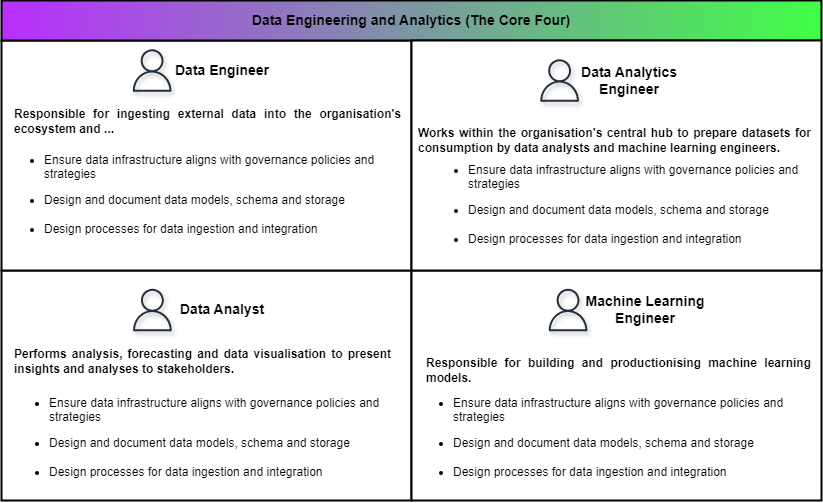
Before: images/blogs/corefour.png, a diagram exported from draw.io (RobSLong/RobSLong.github.io). Source tidied: cells renumbered, new cells last; positions are measured from the earlier drawing's top-left corner, leaving out a move shared by most shapes.
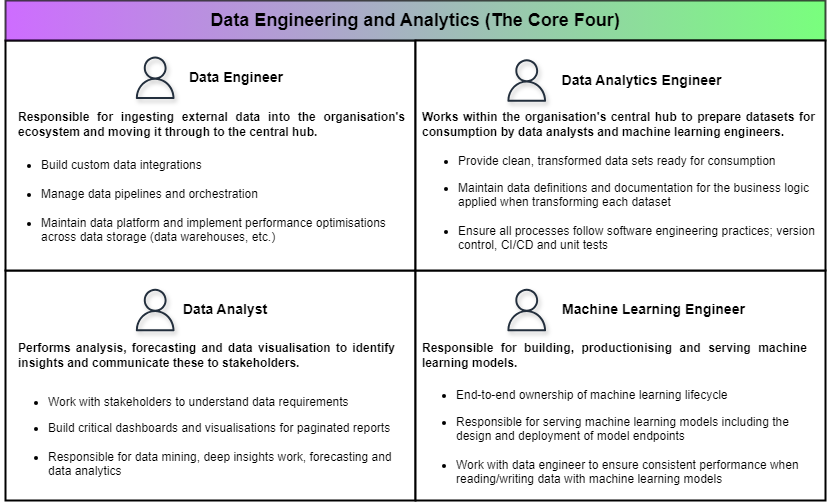
The same file after the commit.

What changed in the source:
```diff
@@ -12,58 +12,58 @@
       <mxGeometry x="410" y="270" width="410" height="230" as="geometry" />
     </mxCell>
     <mxCell id="5" style="sketch=0;fontColor=#232F3E;gradientColor=none;fillColor=#232F3D;strokeColor=none;dashed=0;verticalLabelPosition=bottom;verticalAlign=top;align=center;html=1;fontSize=12;fontStyle=0;shape=mxgraph.aws4.user;shadow=1;textShadow=1;" parent="1" vertex="1">
-      <mxGeometry x="129.4" y="48.8" width="42.5" height="42.5" as="geometry" />
+      <mxGeometry x="128.4" y="56" width="42.5" height="42.5" as="geometry" />
     </mxCell>
     <mxCell id="6" value="&lt;b&gt;&lt;font style=&quot;font-size: 14px;&quot;&gt;Data Engineer&lt;/font&gt;&lt;/b&gt;" style="rounded=0;whiteSpace=wrap;html=1;fillColor=none;strokeColor=none;" parent="1" vertex="1">
-      <mxGeometry x="160.6" y="40" width="120" height="60" as="geometry" />
+      <mxGeometry x="170.9" y="47.2" width="120" height="60" as="geometry" />
     </mxCell>
-    <mxCell id="7" value="&lt;ul&gt;&lt;li&gt;&lt;span style=&quot;background-color: initial; text-align: justify;&quot;&gt;Ensure data infrastructure aligns with governance policies and strategies&lt;/span&gt;&lt;/li&gt;&lt;/ul&gt;&lt;ul&gt;&lt;li&gt;&lt;span style=&quot;background-color: initial;&quot;&gt;Design and document data models, schema and storage&lt;br&gt;&lt;br&gt;&lt;/span&gt;&lt;/li&gt;&lt;li&gt;Design processes for data ingestion and integration&lt;/li&gt;&lt;/ul&gt;" style="rounded=0;whiteSpace=wrap;html=1;align=left;strokeColor=none;fillColor=none;" parent="1" vertex="1">
-      <mxGeometry x="0.6" y="130" width="409.4" height="127" as="geometry" />
+    <mxCell id="7" value="&lt;ul&gt;&lt;li&gt;&lt;span style=&quot;background-color: initial; text-align: justify;&quot;&gt;Build custom data integrations&lt;br&gt;&lt;br&gt;&lt;/span&gt;&lt;/li&gt;&lt;li&gt;&lt;span style=&quot;background-color: initial;&quot;&gt;Manage data pipelines and orchestration&lt;br&gt;&lt;br&gt;&lt;/span&gt;&lt;/li&gt;&lt;li&gt;Maintain data platform and implement performance optimisations across data storage (data warehouses, etc.)&lt;/li&gt;&lt;/ul&gt;" style="rounded=0;whiteSpace=wrap;html=1;align=left;strokeColor=none;fillColor=none;" parent="1" vertex="1">
+      <mxGeometry x="-5.7" y="154" width="412" height="93" as="geometry" />
     </mxCell>
-    <mxCell id="8" value="&lt;div style=&quot;text-align: justify;&quot;&gt;&lt;b&gt;Responsible for ingesting external data into the organisation's ecosystem and ...&lt;/b&gt;&lt;br&gt;&lt;/div&gt;" style="rounded=0;whiteSpace=wrap;html=1;align=left;strokeColor=none;fillColor=none;" parent="1" vertex="1">
-      <mxGeometry x="10.6" y="91.2" width="389.4" height="60" as="geometry" />
+    <mxCell id="8" value="&lt;div style=&quot;text-align: justify;&quot;&gt;&lt;b&gt;Responsible for ingesting external data into the organisation's ecosystem and moving it through to the central hub.&lt;/b&gt;&lt;br&gt;&lt;/div&gt;" style="rounded=0;whiteSpace=wrap;html=1;align=left;strokeColor=none;fillColor=none;" parent="1" vertex="1">
+      <mxGeometry x="10.6" y="112.5" width="389.4" height="23.5" as="geometry" />
     </mxCell>
-    <mxCell id="9" value="&lt;b&gt;&lt;font style=&quot;font-size: 14px;&quot;&gt;Data Engineering and Analytics (The Core Four)&lt;/font&gt;&lt;/b&gt;" style="rounded=0;whiteSpace=wrap;html=1;gradientColor=#40FF46;gradientDirection=east;fillColor=#B92EFF;strokeWidth=2;" parent="1" vertex="1">
+    <mxCell id="9" value="&lt;b&gt;&lt;font style=&quot;font-size: 18px;&quot;&gt;Data Engineering and Analytics (The Core Four)&lt;/font&gt;&lt;/b&gt;" style="rounded=0;whiteSpace=wrap;html=1;gradientColor=#40FF46;gradientDirection=east;fillColor=#B92EFF;strokeWidth=2;opacity=70;" parent="1" vertex="1">
       <mxGeometry width="820" height="40" as="geometry" />
     </mxCell>
     <mxCell id="10" style="rounded=0;whiteSpace=wrap;html=1;strokeWidth=2;" parent="1" vertex="1">
       <mxGeometry x="410" y="40" width="410" height="230" as="geometry" />
     </mxCell>
     <mxCell id="11" style="sketch=0;fontColor=#232F3E;gradientColor=none;fillColor=#232F3D;strokeColor=none;dashed=0;verticalLabelPosition=bottom;verticalAlign=top;align=center;html=1;fontSize=12;fontStyle=0;shape=mxgraph.aws4.user;shadow=1;textShadow=1;" parent="1" vertex="1">
-      <mxGeometry x="536.9" y="58.8" width="42.5" height="42.5" as="geometry" />
+      <mxGeometry x="500" y="58.8" width="42.5" height="42.5" as="geometry" />
     </mxCell>
     <mxCell id="12" value="&lt;b&gt;&lt;font style=&quot;font-size: 14px;&quot;&gt;Data Analytics Engineer&lt;/font&gt;&lt;/b&gt;" style="rounded=0;whiteSpace=wrap;html=1;fillColor=none;strokeColor=none;" parent="1" vertex="1">
-      <mxGeometry x="568.1" y="50" width="120" height="60" as="geometry" />
+      <mxGeometry x="552" y="50" width="169.1" height="60" as="geometry" />
     </mxCell>
-    <mxCell id="13" value="&lt;ul&gt;&lt;li&gt;&lt;span style=&quot;background-color: initial; text-align: justify;&quot;&gt;Ensure data infrastructure aligns with governance policies and strategies&lt;/span&gt;&lt;/li&gt;&lt;/ul&gt;&lt;ul&gt;&lt;li&gt;&lt;span style=&quot;background-color: initial;&quot;&gt;Design and document data models, schema and storage&lt;br&gt;&lt;br&gt;&lt;/span&gt;&lt;/li&gt;&lt;li&gt;Design processes for data ingestion and integration&lt;/li&gt;&lt;/ul&gt;" style="rounded=0;whiteSpace=wrap;html=1;align=left;strokeColor=none;fillColor=none;" parent="1" vertex="1">
-      <mxGeometry x="425.3" y="170" width="374.4" height="67" as="geometry" />
+    <mxCell id="13" value="&lt;ul&gt;&lt;li&gt;&lt;span style=&quot;background-color: initial; text-align: justify;&quot;&gt;Provide clean, transformed data sets ready for consumption&lt;/span&gt;&lt;/li&gt;&lt;/ul&gt;&lt;ul&gt;&lt;li&gt;&lt;span style=&quot;background-color: initial;&quot;&gt;Maintain data definitions and documentation for the business logic applied when transforming each dataset&lt;br&gt;&lt;br&gt;&lt;/span&gt;&lt;/li&gt;&lt;li&gt;Ensure all processes follow software engineering practices; version control, CI/CD and unit tests&lt;/li&gt;&lt;/ul&gt;" style="rounded=0;whiteSpace=wrap;html=1;align=left;strokeColor=none;fillColor=none;" parent="1" vertex="1">
+      <mxGeometry x="411" y="154" width="408" height="98.5" as="geometry" />
     </mxCell>
     <mxCell id="14" value="&lt;div style=&quot;text-align: justify;&quot;&gt;&lt;b&gt;Works within the organisation's central hub to prepare datasets for consumption by data analysts and machine learning engineers.&lt;/b&gt;&lt;/div&gt;" style="rounded=0;whiteSpace=wrap;html=1;align=left;strokeColor=none;fillColor=none;" parent="1" vertex="1">
-      <mxGeometry x="415" y="110" width="395" height="60" as="geometry" />
+      <mxGeometry x="415" y="112" width="395" height="24" as="geometry" />
     </mxCell>
     <mxCell id="15" style="sketch=0;fontColor=#232F3E;gradientColor=none;fillColor=#232F3D;strokeColor=none;dashed=0;verticalLabelPosition=bottom;verticalAlign=top;align=center;html=1;fontSize=12;fontStyle=0;shape=mxgraph.aws4.user;shadow=1;textShadow=1;" parent="1" vertex="1">
-      <mxGeometry x="129.7" y="288.2" width="42.5" height="42.5" as="geometry" />
+      <mxGeometry x="128.4" y="288.2" width="42.5" height="42.5" as="geometry" />
     </mxCell>
     <mxCell id="16" value="&lt;b&gt;&lt;font style=&quot;font-size: 14px;&quot;&gt;Data Analyst&lt;/font&gt;&lt;/b&gt;" style="rounded=0;whiteSpace=wrap;html=1;fillColor=none;strokeColor=none;" parent="1" vertex="1">
-      <mxGeometry x="160.9" y="279.5" width="120" height="60" as="geometry" />
+      <mxGeometry x="159.7" y="279.5" width="120" height="60" as="geometry" />
     </mxCell>
-    <mxCell id="17" value="&lt;ul&gt;&lt;li&gt;&lt;span style=&quot;background-color: initial; text-align: justify;&quot;&gt;Ensure data infrastructure aligns with governance policies and strategies&lt;/span&gt;&lt;/li&gt;&lt;/ul&gt;&lt;ul&gt;&lt;li&gt;&lt;span style=&quot;background-color: initial;&quot;&gt;Design and document data models, schema and storage&lt;br&gt;&lt;br&gt;&lt;/span&gt;&lt;/li&gt;&lt;li&gt;Design processes for data ingestion and integration&lt;/li&gt;&lt;/ul&gt;" style="rounded=0;whiteSpace=wrap;html=1;align=left;strokeColor=none;fillColor=none;" parent="1" vertex="1">
-      <mxGeometry x="5.6" y="373" width="389.4" height="127" as="geometry" />
+    <mxCell id="17" value="&lt;ul&gt;&lt;li&gt;&lt;span style=&quot;background-color: initial; text-align: justify;&quot;&gt;Work with stakeholders to understand data requirements&lt;/span&gt;&lt;/li&gt;&lt;/ul&gt;&lt;ul&gt;&lt;li&gt;&lt;span style=&quot;background-color: initial;&quot;&gt;Build critical dashboards and visualisations for paginated reports&lt;br&gt;&lt;br&gt;&lt;/span&gt;&lt;/li&gt;&lt;li&gt;Responsible for data mining, deep insights work, forecasting and data analytics&lt;/li&gt;&lt;/ul&gt;" style="rounded=0;whiteSpace=wrap;html=1;align=left;strokeColor=none;fillColor=none;" parent="1" vertex="1">
+      <mxGeometry x="1" y="386" width="408" height="100" as="geometry" />
     </mxCell>
-    <mxCell id="18" value="&lt;div style=&quot;text-align: justify;&quot;&gt;&lt;b&gt;Performs analysis, forecasting and data visualisation to present insights and analyses to stakeholders.&lt;/b&gt;&lt;br&gt;&lt;/div&gt;" style="rounded=0;whiteSpace=wrap;html=1;align=left;strokeColor=none;fillColor=none;" parent="1" vertex="1">
-      <mxGeometry x="10.6" y="330.8" width="379.4" height="60" as="geometry" />
+    <mxCell id="18" value="&lt;div style=&quot;text-align: justify;&quot;&gt;&lt;b&gt;Performs analysis, forecasting and data visualisation to identify insights and communicate these to stakeholders.&lt;/b&gt;&lt;br&gt;&lt;/div&gt;" style="rounded=0;whiteSpace=wrap;html=1;align=left;strokeColor=none;fillColor=none;" parent="1" vertex="1">
+      <mxGeometry x="10.6" y="341.8" width="379.4" height="27" as="geometry" />
     </mxCell>
     <mxCell id="19" style="sketch=0;fontColor=#232F3E;gradientColor=none;fillColor=#232F3D;strokeColor=none;dashed=0;verticalLabelPosition=bottom;verticalAlign=top;align=center;html=1;fontSize=12;fontStyle=0;shape=mxgraph.aws4.user;shadow=1;textShadow=1;" parent="1" vertex="1">
-      <mxGeometry x="545.3" y="288.2" width="42.5" height="42.5" as="geometry" />
+      <mxGeometry x="500" y="288.2" width="42.5" height="42.5" as="geometry" />
     </mxCell>
     <mxCell id="20" value="&lt;b&gt;&lt;font style=&quot;font-size: 14px;&quot;&gt;Machine Learning Engineer&lt;/font&gt;&lt;/b&gt;" style="rounded=0;whiteSpace=wrap;html=1;fillColor=none;strokeColor=none;" parent="1" vertex="1">
-      <mxGeometry x="576.6" y="279.5" width="134.4" height="60" as="geometry" />
+      <mxGeometry x="552" y="279.5" width="193.4" height="60" as="geometry" />
     </mxCell>
-    <mxCell id="21" value="&lt;ul&gt;&lt;li&gt;&lt;span style=&quot;background-color: initial; text-align: justify;&quot;&gt;Ensure data infrastructure aligns with governance policies and strategies&lt;/span&gt;&lt;/li&gt;&lt;/ul&gt;&lt;ul&gt;&lt;li&gt;&lt;span style=&quot;background-color: initial;&quot;&gt;Design and document data models, schema and storage&lt;br&gt;&lt;br&gt;&lt;/span&gt;&lt;/li&gt;&lt;li&gt;Design processes for data ingestion and integration&lt;/li&gt;&lt;/ul&gt;" style="rounded=0;whiteSpace=wrap;html=1;align=left;strokeColor=none;fillColor=none;" parent="1" vertex="1">
-      <mxGeometry x="410" y="373" width="390" height="127" as="geometry" />
+    <mxCell id="21" value="&lt;ul&gt;&lt;li style=&quot;text-align: justify;&quot;&gt;End-to-end ownership of machine learning lifecycle&lt;/li&gt;&lt;/ul&gt;&lt;ul&gt;&lt;li&gt;&lt;span style=&quot;background-color: initial;&quot;&gt;Responsible for serving machine learning models including the design and deployment of model endpoints&lt;br&gt;&lt;br&gt;&lt;/span&gt;&lt;/li&gt;&lt;li&gt;Work with data engineer to ensure consistent performance when reading/writing data with machine learning models&lt;/li&gt;&lt;/ul&gt;" style="rounded=0;whiteSpace=wrap;html=1;align=left;strokeColor=none;fillColor=none;" parent="1" vertex="1">
+      <mxGeometry x="408.5" y="386" width="408" height="102" as="geometry" />
     </mxCell>
-    <mxCell id="22" value="&lt;div style=&quot;text-align: justify;&quot;&gt;&lt;b&gt;Responsible for building and productionising machine learning models.&lt;/b&gt;&lt;br&gt;&lt;/div&gt;" style="rounded=0;whiteSpace=wrap;html=1;align=left;strokeColor=none;fillColor=none;" parent="1" vertex="1">
-      <mxGeometry x="423.1" y="339.5" width="386.9" height="60" as="geometry" />
+    <mxCell id="22" value="&lt;div style=&quot;text-align: justify;&quot;&gt;&lt;b&gt;Responsible for building, productionising and serving machine learning models.&lt;/b&gt;&lt;br&gt;&lt;/div&gt;" style="rounded=0;whiteSpace=wrap;html=1;align=left;strokeColor=none;fillColor=none;" parent="1" vertex="1">
+      <mxGeometry x="415" y="340.5" width="386.9" height="29.5" as="geometry" />
     </mxCell>
   </root>
 </mxGraphModel>
```
